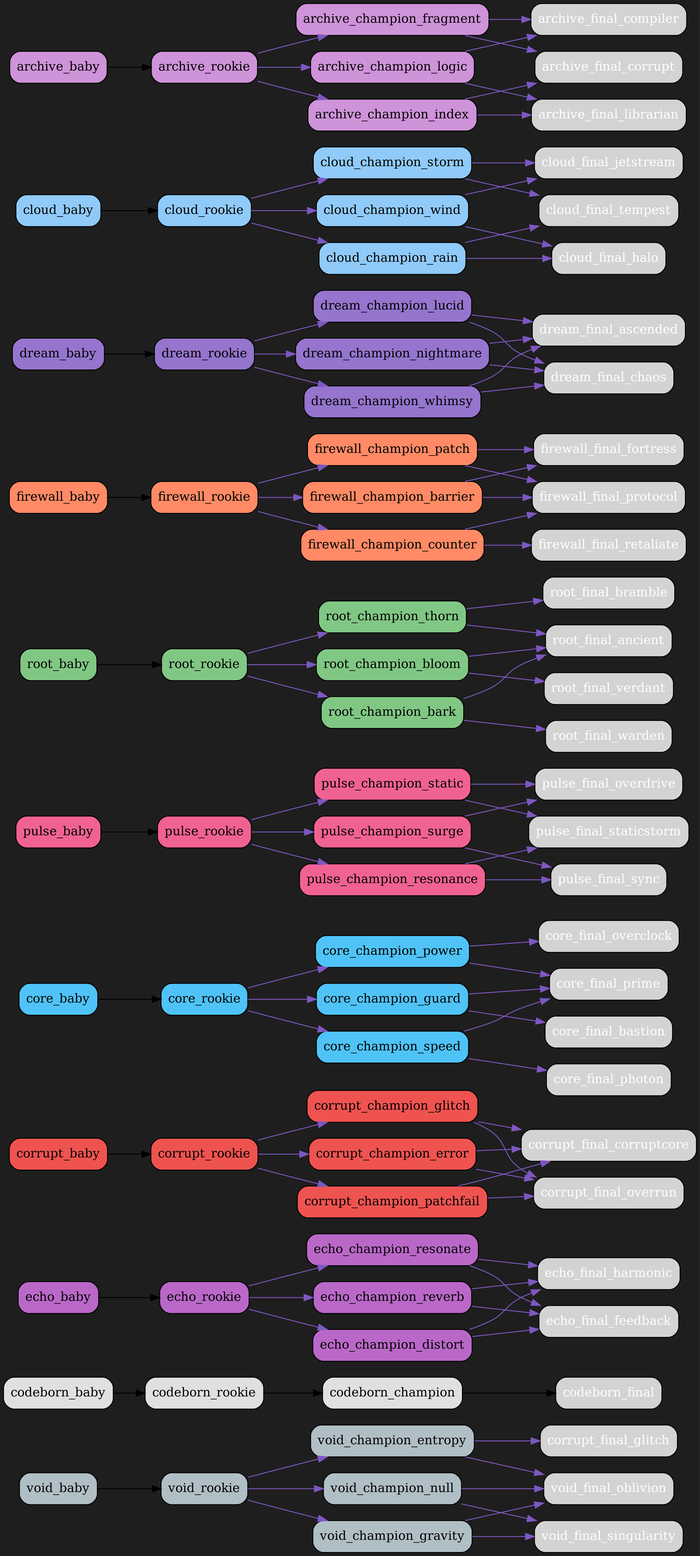
The Graphviz diagram src/netgrid/systems/evolution/graphs/dark/evolution_graph_dark.png in bwlight/NetGrid, before a commit. Its source is kept beside it as src/netgrid/systems/evolution/graphs/dark/evolution_graph_dark.dot.
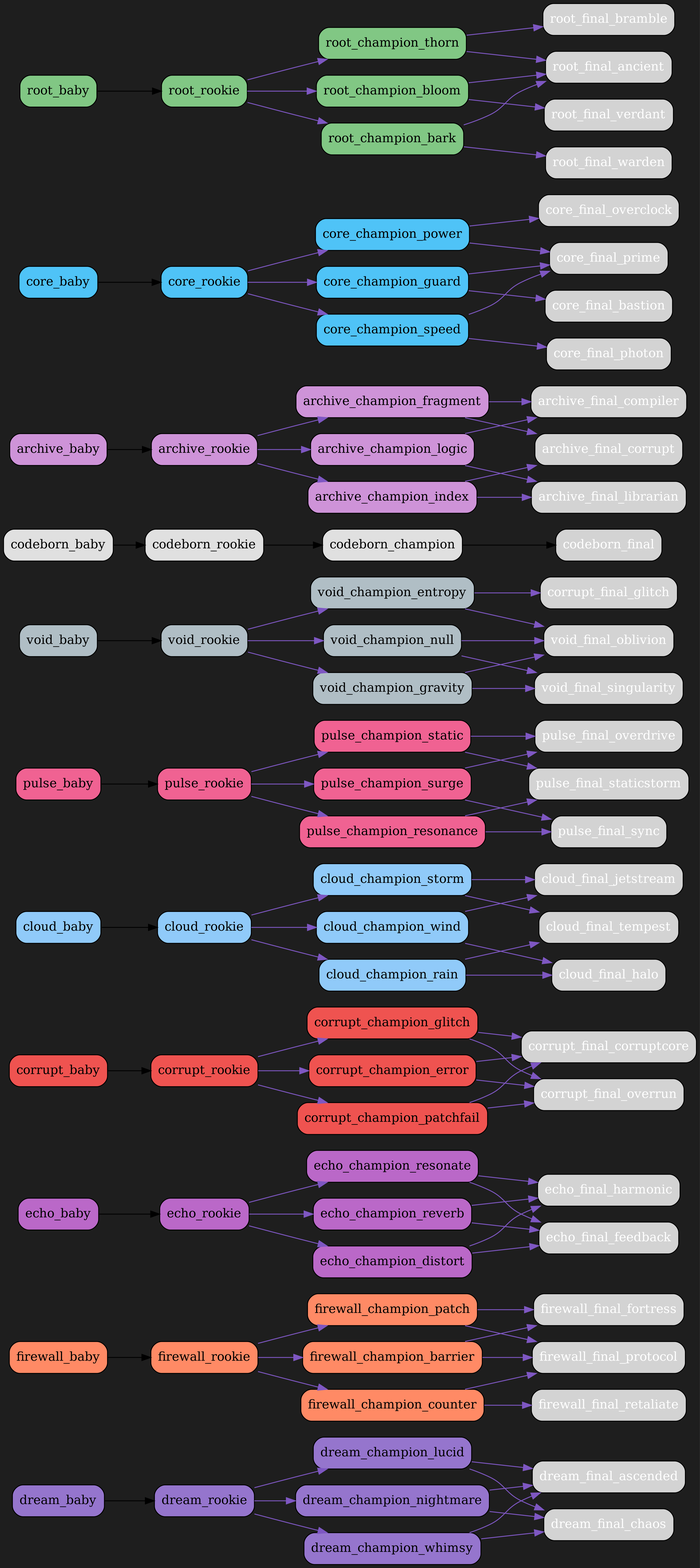
Later version of the same file.

Commit message:
Auto-update evolution graphs

What changed in the source:
```diff
@@ -2,27 +2,36 @@
   rankdir=LR;
   bgcolor="#1e1e1e";
   node [shape=box, style="rounded,filled", fontcolor="white"];
-  "void_baby" [fillcolor="#b0bec5", fontcolor="black"];
-  "void_baby" -> "void_rookie";
-  "void_rookie" [fillcolor="#b0bec5", fontcolor="black"];
-  "void_rookie" -> "void_champion_entropy" [color="#7e57c2"];
-  "void_rookie" -> "void_champion_gravity" [color="#7e57c2"];
-  "void_rookie" -> "void_champion_null" [color="#7e57c2"];
-  "void_champion_entropy" [fillcolor="#b0bec5", fontcolor="black"];
-  "void_champion_entropy" -> "corrupt_final_glitch" [color="#7e57c2"];
-  "void_champion_entropy" -> "void_final_oblivion" [color="#7e57c2"];
-  "void_champion_gravity" [fillcolor="#b0bec5", fontcolor="black"];
-  "void_champion_gravity" -> "void_final_singularity" [color="#7e57c2"];
-  "void_champion_gravity" -> "void_final_oblivion" [color="#7e57c2"];
-  "void_champion_null" [fillcolor="#b0bec5", fontcolor="black"];
-  "void_champion_null" -> "void_final_oblivion" [color="#7e57c2"];
-  "void_champion_null" -> "void_final_singularity" [color="#7e57c2"];
-  "codeborn_baby" [fillcolor="#e0e0e0", fontcolor="black"];
-  "codeborn_baby" -> "codeborn_rookie";
-  "codeborn_rookie" [fillcolor="#e0e0e0", fontcolor="black"];
-  "codeborn_rookie" -> "codeborn_champion";
-  "codeborn_champion" [fillcolor="#e0e0e0", fontcolor="black"];
-  "codeborn_champion" -> "codeborn_final";
+  "dream_baby" [fillcolor="#9575cd", fontcolor="black"];
+  "dream_baby" -> "dream_rookie";
+  "dream_rookie" [fillcolor="#9575cd", fontcolor="black"];
+  "dream_rookie" -> "dream_champion_lucid" [color="#7e57c2"];
+  "dream_rookie" -> "dream_champion_nightmare" [color="#7e57c2"];
+  "dream_rookie" -> "dream_champion_whimsy" [color="#7e57c2"];
+  "dream_champion_lucid" [fillcolor="#9575cd", fontcolor="black"];
+  "dream_champion_lucid" -> "dream_final_ascended" [color="#7e57c2"];
+  "dream_champion_lucid" -> "dream_final_chaos" [color="#7e57c2"];
+  "dream_champion_nightmare" [fillcolor="#9575cd", fontcolor="black"];
+  "dream_champion_nightmare" -> "dream_final_chaos" [color="#7e57c2"];
+  "dream_champion_nightmare" -> "dream_final_ascended" [color="#7e57c2"];
+  "dream_champion_whimsy" [fillcolor="#9575cd", fontcolor="black"];
+  "dream_champion_whimsy" -> "dream_final_ascended" [color="#7e57c2"];
+  "dream_champion_whimsy" -> "dream_final_chaos" [color="#7e57c2"];
+  "firewall_baby" [fillcolor="#ff8a65", fontcolor="black"];
+  "firewall_baby" -> "firewall_rookie";
+  "firewall_rookie" [fillcolor="#ff8a65", fontcolor="black"];
+  "firewall_rookie" -> "firewall_champion_barrier" [color="#7e57c2"];
+  "firewall_rookie" -> "firewall_champion_counter" [color="#7e57c2"];
+  "firewall_rookie" -> "firewall_champion_patch" [color="#7e57c2"];
+  "firewall_champion_barrier" [fillcolor="#ff8a65", fontcolor="black"];
+  "firewall_champion_barrier" -> "firewall_final_fortress" [color="#7e57c2"];
+  "firewall_champion_barrier" -> "firewall_final_protocol" [color="#7e57c2"];
+  "firewall_champion_counter" [fillcolor="#ff8a65", fontcolor="black"];
+  "firewall_champion_counter" -> "firewall_final_retaliate" [color="#7e57c2"];
+  "firewall_champion_counter" -> "firewall_final_protocol" [color="#7e57c2"];
+  "firewall_champion_patch" [fillcolor="#ff8a65", fontcolor="black"];
+  "firewall_champion_patch" -> "firewall_final_protocol" [color="#7e57c2"];
+  "firewall_champion_patch" -> "firewall_final_fortress" [color="#7e57c2"];
   "echo_baby" [fillcolor="#ba68c8", fontcolor="black"];
   "echo_baby" -> "echo_rookie";
   "echo_rookie" [fillcolor="#ba68c8", fontcolor="black"];
@@ -53,6 +62,72 @@
   "corrupt_champion_patchfail" [fillcolor="#ef5350", fontcolor="black"];
   "corrupt_champion_patchfail" -> "corrupt_final_corruptcore" [color="#7e57c2"];
   "corrupt_champion_patchfail" -> "corrupt_final_overrun" [color="#7e57c2"];
+  "cloud_baby" [fillcolor="#90caf9", fontcolor="black"];
+  "cloud_baby" -> "cloud_rookie";
+  "cloud_rookie" [fillcolor="#90caf9", fontcolor="black"];
+  "cloud_rookie" -> "cloud_champion_wind" [color="#7e57c2"];
+  "cloud_rookie" -> "cloud_champion_rain" [color="#7e57c2"];
+  "cloud_rookie" -> "cloud_champion_storm" [color="#7e57c2"];
+  "cloud_champion_wind" [fillcolor="#90caf9", fontcolor="black"];
+  "cloud_champion_wind" -> "cloud_final_jetstream" [color="#7e57c2"];
+  "cloud_champion_wind" -> "cloud_final_halo" [color="#7e57c2"];
+  "cloud_champion_rain" [fillcolor="#90caf9", fontcolor="black"];
+  "cloud_champion_rain" -> "cloud_final_halo" [color="#7e57c2"];
+  "cloud_champion_rain" -> "cloud_final_tempest" [color="#7e57c2"];
+  "cloud_champion_storm" [fillcolor="#90caf9", fontcolor="black"];
+  "cloud_champion_storm" -> "cloud_final_tempest" [color="#7e57c2"];
+  "cloud_champion_storm" -> "cloud_final_jetstream" [color="#7e57c2"];
+  "pulse_baby" [fillcolor="#f06292", fontcolor="black"];
+  "pulse_baby" -> "pulse_rookie";
+  "pulse_rookie" [fillcolor="#f06292", fontcolor="black"];
+  "pulse_rookie" -> "pulse_champion_surge" [color="#7e57c2"];
+  "pulse_rookie" -> "pulse_champion_resonance" [color="#7e57c2"];
+  "pulse_rookie" -> "pulse_champion_static" [color="#7e57c2"];
+  "pulse_champion_surge" [fillcolor="#f06292", fontcolor="black"];
+  "pulse_champion_surge" -> "pulse_final_overdrive" [color="#7e57c2"];
+  "pulse_champion_surge" -> "pulse_final_sync" [color="#7e57c2"];
+  "pulse_champion_resonance" [fillcolor="#f06292", fontcolor="black"];
+  "pulse_champion_resonance" -> "pulse_final_sync" [color="#7e57c2"];
+  "pulse_champion_resonance" -> "pulse_final_staticstorm" [color="#7e57c2"];
+  "pulse_champion_static" [fillcolor="#f06292", fontcolor="black"];
+  "pulse_champion_static" -> "pulse_final_staticstorm" [color="#7e57c2"];
+  "pulse_champion_static" -> "pulse_final_overdrive" [color="#7e57c2"];
+  "void_baby" [fillcolor="#b0bec5", fontcolor="black"];
+  "void_baby" -> "void_rookie";
+  "void_rookie" [fillcolor="#b0bec5", fontcolor="black"];
+  "void_rookie" -> "void_champion_entropy" [color="#7e57c2"];
+  "void_rookie" -> "void_champion_gravity" [color="#7e57c2"];
+  "void_rookie" -> "void_champion_null" [color="#7e57c2"];
+  "void_champion_entropy" [fillcolor="#b0bec5", fontcolor="black"];
+  "void_champion_entropy" -> "corrupt_final_glitch" [color="#7e57c2"];
+  "void_champion_entropy" -> "void_final_oblivion" [color="#7e57c2"];
+  "void_champion_gravity" [fillcolor="#b0bec5", fontcolor="black"];
+  "void_champion_gravity" -> "void_final_singularity" [color="#7e57c2"];
+  "void_champion_gravity" -> "void_final_oblivion" [color="#7e57c2"];
+  "void_champion_null" [fillcolor="#b0bec5", fontcolor="black"];
+  "void_champion_null" -> "void_final_oblivion" [color="#7e57c2"];
+  "void_champion_null" -> "void_final_singularity" [color="#7e57c2"];
+  "codeborn_baby" [fillcolor="#e0e0e0", fontcolor="black"];
+  "codeborn_baby" -> "codeborn_rookie";
+  "codeborn_rookie" [fillcolor="#e0e0e0", fontcolor="black"];
+  "codeborn_rookie" -> "codeborn_champion";
+  "codeborn_champion" [fillcolor="#e0e0e0", fontcolor="black"];
+  "codeborn_champion" -> "codeborn_final";
+  "archive_baby" [fillcolor="#ce93d8", fontcolor="black"];
+  "archive_baby" -> "archive_rookie";
+  "archive_rookie" [fillcolor="#ce93d8", fontcolor="black"];
+  "archive_rookie" -> "archive_champion_logic" [color="#7e57c2"];
+  "archive_rookie" -> "archive_champion_index" [color="#7e57c2"];
+  "archive_rookie" -> "archive_champion_fragment" [color="#7e57c2"];
+  "archive_champion_logic" [fillcolor="#ce93d8", fontcolor="black"];
+  "archive_champion_logic" -> "archive_final_compiler" [color="#7e57c2"];
+  "archive_champion_logic" -> "archive_final_librarian" [color="#7e57c2"];
+  "archive_champion_index" [fillcolor="#ce93d8", fontcolor="black"];
+  "archive_champion_index" -> "archive_final_librarian" [color="#7e57c2"];
+  "archive_champion_index" -> "archive_final_corrupt" [color="#7e57c2"];
+  "archive_champion_fragment" [fillcolor="#ce93d8", fontcolor="black"];
+  "archive_champion_fragment" -> "archive_final_corrupt" [color="#7e57c2"];
+  "archive_champion_fragment" -> "archive_final_compiler" [color="#7e57c2"];
   "core_baby" [fillcolor="#4fc3f7", fontcolor="black"];
   "core_baby" -> "core_rookie";
   "core_rookie" [fillcolor="#4fc3f7", fontcolor="black"];
@@ -68,21 +143,6 @@
   "core_champion_speed" [fillcolor="#4fc3f7", fontcolor="black"];
   "core_champion_speed" -> "core_final_photon" [color="#7e57c2"];
   "core_champion_speed" -> "core_final_prime" [color="#7e57c2"];
-  "pulse_baby" [fillcolor="#f06292", fontcolor="black"];
-  "pulse_baby" -> "pulse_rookie";
-  "pulse_rookie" [fillcolor="#f06292", fontcolor="black"];
-  "pulse_rookie" -> "pulse_champion_surge" [color="#7e57c2"];
-  "pulse_rookie" -> "pulse_champion_resonance" [color="#7e57c2"];
-  "pulse_rookie" -> "pulse_champion_static" [color="#7e57c2"];
-  "pulse_champion_surge" [fillcolor="#f06292", fontcolor="black"];
-  "pulse_champion_surge" -> "pulse_final_overdrive" [color="#7e57c2"];
-  "pulse_champion_surge" -> "pulse_final_sync" [color="#7e57c2"];
-  "pulse_champion_resonance" [fillcolor="#f06292", fontcolor="black"];
-  "pulse_champion_resonance" -> "pulse_final_sync" [color="#7e57c2"];
-  "pulse_champion_resonance" -> "pulse_final_staticstorm" [color="#7e57c2"];
-  "pulse_champion_static" [fillcolor="#f06292", fontcolor="black"];
-  "pulse_champion_static" -> "pulse_final_staticstorm" [color="#7e57c2"];
-  "pulse_champion_static" -> "pulse_final_overdrive" [color="#7e57c2"];
   "root_baby" [fillcolor="#81c784", fontcolor="black"];
   "root_baby" -> "root_rookie";
   "root_rookie" [fillcolor="#81c784", fontcolor="black"];
@@ -98,64 +158,4 @@
   "root_champion_bark" [fillcolor="#81c784", fontcolor="black"];
   "root_champion_bark" -> "root_final_warden" [color="#7e57c2"];
   "root_champion_bark" -> "root_final_ancient" [color="#7e57c2"];
-  "firewall_baby" [fillcolor="#ff8a65", fontcolor="black"];
-  "firewall_baby" -> "firewall_rookie";
-  "firewall_rookie" [fillcolor="#ff8a65", fontcolor="black"];
-  "firewall_rookie" -> "firewall_champion_barrier" [color="#7e57c2"];
-  "firewall_rookie" -> "firewall_champion_counter" [color="#7e57c2"];
-  "firewall_rookie" -> "firewall_champion_patch" [color="#7e57c2"];
-  "firewall_champion_barrier" [fillcolor="#ff8a65", fontcolor="black"];
-  "firewall_champion_barrier" -> "firewall_final_fortress" [color="#7e57c2"];
-  "firewall_champion_barrier" -> "firewall_final_protocol" [color="#7e57c2"];
-  "firewall_champion_counter" [fillcolor="#ff8a65", fontcolor="black"];
-  "firewall_champion_counter" -> "firewall_final_retaliate" [color="#7e57c2"];
-  "firewall_champion_counter" -> "firewall_final_protocol" [color="#7e57c2"];
-  "firewall_champion_patch" [fillcolor="#ff8a65", fontcolor="black"];
-  "firewall_champion_patch" -> "firewall_final_protocol" [color="#7e57c2"];
-  "firewall_champion_patch" -> "firewall_final_fortress" [color="#7e57c2"];
-  "dream_baby" [fillcolor="#9575cd", fontcolor="black"];
-  "dream_baby" -> "dream_rookie";
-  "dream_rookie" [fillcolor="#9575cd", fontcolor="black"];
-  "dream_rookie" -> "dream_champion_lucid" [color="#7e57c2"];
-  "dream_rookie" -> "dream_champion_nightmare" [color="#7e57c2"];
-  "dream_rookie" -> "dream_champion_whimsy" [color="#7e57c2"];
-  "dream_champion_lucid" [fillcolor="#9575cd", fontcolor="black"];
-  "dream_champion_lucid" -> "dream_final_ascended" [color="#7e57c2"];
-  "dream_champion_lucid" -> "dream_final_chaos" [color="#7e57c2"];
-  "dream_champion_nightmare" [fillcolor="#9575cd", fontcolor="black"];
-  "dream_champion_nightmare" -> "dream_final_chaos" [color="#7e57c2"];
-  "dream_champion_nightmare" -> "dream_final_ascended" [color="#7e57c2"];
-  "dream_champion_whimsy" [fillcolor="#9575cd", fontcolor="black"];
-  "dream_champion_whimsy" -> "dream_final_ascended" [color="#7e57c2"];
-  "dream_champion_whimsy" -> "dream_final_chaos" [color="#7e57c2"];
-  "cloud_baby" [fillcolor="#90caf9", fontcolor="black"];
-  "cloud_baby" -> "cloud_rookie";
-  "cloud_rookie" [fillcolor="#90caf9", fontcolor="black"];
-  "cloud_rookie" -> "cloud_champion_wind" [color="#7e57c2"];
-  "cloud_rookie" -> "cloud_champion_rain" [color="#7e57c2"];
-  "cloud_rookie" -> "cloud_champion_storm" [color="#7e57c2"];
-  "cloud_champion_wind" [fillcolor="#90caf9", fontcolor="black"];
-  "cloud_champion_wind" -> "cloud_final_jetstream" [color="#7e57c2"];
-  "cloud_champion_wind" -> "cloud_final_halo" [color="#7e57c2"];
-  "cloud_champion_rain" [fillcolor="#90caf9", fontcolor="black"];
-  "cloud_champion_rain" -> "cloud_final_halo" [color="#7e57c2"];
-  "cloud_champion_rain" -> "cloud_final_tempest" [color="#7e57c2"];
-  "cloud_champion_storm" [fillcolor="#90caf9", fontcolor="black"];
-  "cloud_champion_storm" -> "cloud_final_tempest" [color="#7e57c2"];
-  "cloud_champion_storm" -> "cloud_final_jetstream" [color="#7e57c2"];
-  "archive_baby" [fillcolor="#ce93d8", fontcolor="black"];
-  "archive_baby" -> "archive_rookie";
-  "archive_rookie" [fillcolor="#ce93d8", fontcolor="black"];
-  "archive_rookie" -> "archive_champion_logic" [color="#7e57c2"];
-  "archive_rookie" -> "archive_champion_index" [color="#7e57c2"];
-  "archive_rookie" -> "archive_champion_fragment" [color="#7e57c2"];
-  "archive_champion_logic" [fillcolor="#ce93d8", fontcolor="black"];
-  "archive_champion_logic" -> "archive_final_compiler" [color="#7e57c2"];
-  "archive_champion_logic" -> "archive_final_librarian" [color="#7e57c2"];
-  "archive_champion_index" [fillcolor="#ce93d8", fontcolor="black"];
-  "archive_champion_index" -> "archive_final_librarian" [color="#7e57c2"];
-  "archive_champion_index" -> "archive_final_corrupt" [color="#7e57c2"];
-  "archive_champion_fragment" [fillcolor="#ce93d8", fontcolor="black"];
-  "archive_champion_fragment" -> "archive_final_corrupt" [color="#7e57c2"];
-  "archive_champion_fragment" -> "archive_final_compiler" [color="#7e57c2"];
 }
```
